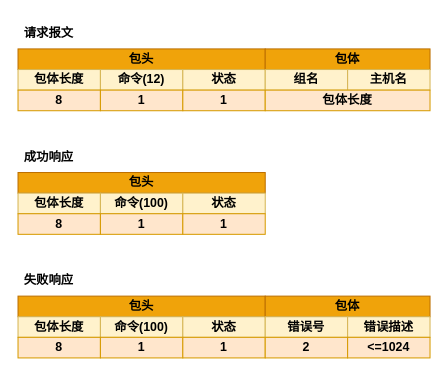
Earlier version of the draw.io diagram res/markdownRes/存储服务器向跟踪服务器发送心跳.drawio (NilEra-K/Distributed_SM). Source tidied: cells renumbered, new cells numbered last; positions are measured from the earlier drawing's top-left corner, leaving out a move shared by most shapes. Both pictures are drawn from the tidied source at 103%, with x=0, y=0 at pixel (18, 18).
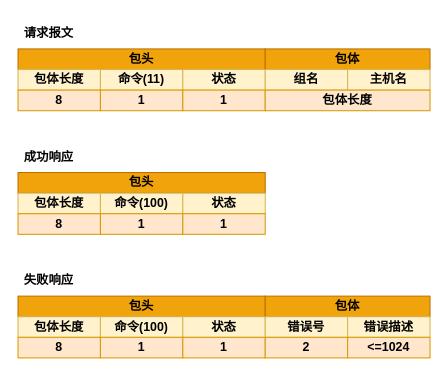
Above is the later version.

Change to the diagram source:
```diff
@@
-    <mxCell id="5" value="命令(12)" style="rounded=0;whiteSpace=wrap;html=1;fillColor=#fff2cc;strokeColor=#d6b656;fontStyle=1;" parent="1" vertex="1">
+    <mxCell id="5" value="命令(11)" style="rounded=0;whiteSpace=wrap;html=1;fillColor=#fff2cc;strokeColor=#d6b656;fontStyle=1;" parent="1" vertex="1">
       <mxGeometry x="80" y="50" width="80" height="20" as="geometry" />
     </mxCell>
```
